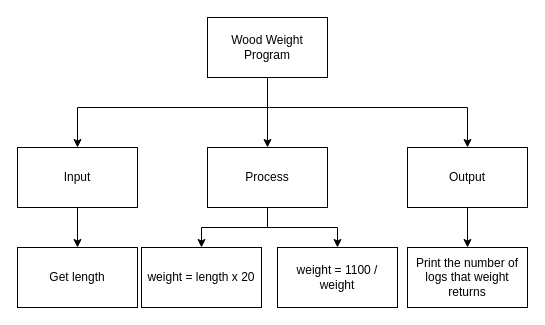
The draw.io diagram design/design.drawio in michael-clermont1/ics4u-intro-06-typescript, before the edit. Source tidied: cells renumbered, new cells numbered last; positions are measured from the earlier drawing's top-left corner, leaving out a move shared by most shapes. Both pictures are drawn from the tidied source at 100%, with x=0, y=0 at pixel (17, 17).
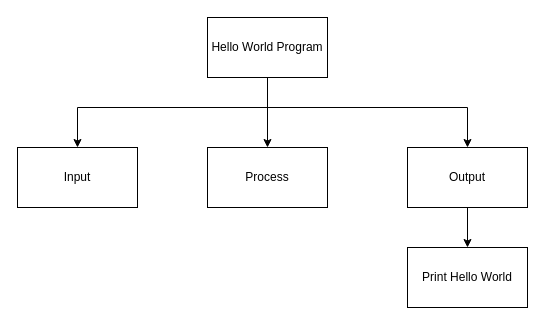
The same diagram, later.

Unchanged cells that the change refers to:
```xml
<mxCell id="7" value="Input" style="rounded=0;whiteSpace=wrap;html=1;" parent="1" vertex="1">
  <mxGeometry y="130" width="120" height="60" as="geometry" />
</mxCell>
<mxCell id="10" value="Process" style="rounded=0;whiteSpace=wrap;html=1;" parent="1" vertex="1">
  <mxGeometry x="190" y="130" width="120" height="60" as="geometry" />
</mxCell>
```

Diff of the diagram source:
```diff
@@
-    <mxCell id="5" value="Wood Weight Program" style="rounded=0;whiteSpace=wrap;html=1;" parent="1" vertex="1">
+    <mxCell id="5" value="Hello World Program" style="rounded=0;whiteSpace=wrap;html=1;" parent="1" vertex="1">
       <mxGeometry x="190" width="120" height="60" as="geometry" />
     </mxCell>
-    <mxCell id="6" style="edgeStyle=orthogonalEdgeStyle;rounded=0;html=1;entryX=0.5;entryY=0;entryDx=0;entryDy=0;" parent="1" edge="1" source="7" target="13">
-      <mxGeometry relative="1" as="geometry" />
-    </mxCell>
@@
-    <mxCell id="8" style="edgeStyle=orthogonalEdgeStyle;rounded=0;html=1;entryX=0.5;entryY=0;entryDx=0;entryDy=0;" parent="1" edge="1" source="10" target="14">
-      <mxGeometry relative="1" as="geometry" />
-    </mxCell>
-    <mxCell id="9" style="edgeStyle=orthogonalEdgeStyle;rounded=0;html=1;entryX=0.5;entryY=0;entryDx=0;entryDy=0;" parent="1" edge="1" source="10" target="15">
-      <mxGeometry relative="1" as="geometry" />
-    </mxCell>
@@
-    <mxCell id="13" value="Get length" style="rounded=0;whiteSpace=wrap;html=1;" parent="1" vertex="1">
-      <mxGeometry y="230" width="120" height="60" as="geometry" />
-    </mxCell>
-    <mxCell id="14" value="weight = length x 20" style="rounded=0;whiteSpace=wrap;html=1;" parent="1" vertex="1">
-      <mxGeometry x="124" y="230" width="120" height="60" as="geometry" />
-    </mxCell>
-    <mxCell id="15" value="weight = 1100 / weight" style="rounded=0;whiteSpace=wrap;html=1;" parent="1" vertex="1">
-      <mxGeometry x="260" y="230" width="120" height="60" as="geometry" />
-    </mxCell>
-    <mxCell id="16" value="Print the number of logs that weight returns" style="rounded=0;whiteSpace=wrap;html=1;" parent="1" vertex="1">
+    <mxCell id="16" value="Print Hello World" style="rounded=0;whiteSpace=wrap;html=1;" parent="1" vertex="1">
       <mxGeometry x="390" y="230" width="120" height="60" as="geometry" />
     </mxCell>
```
